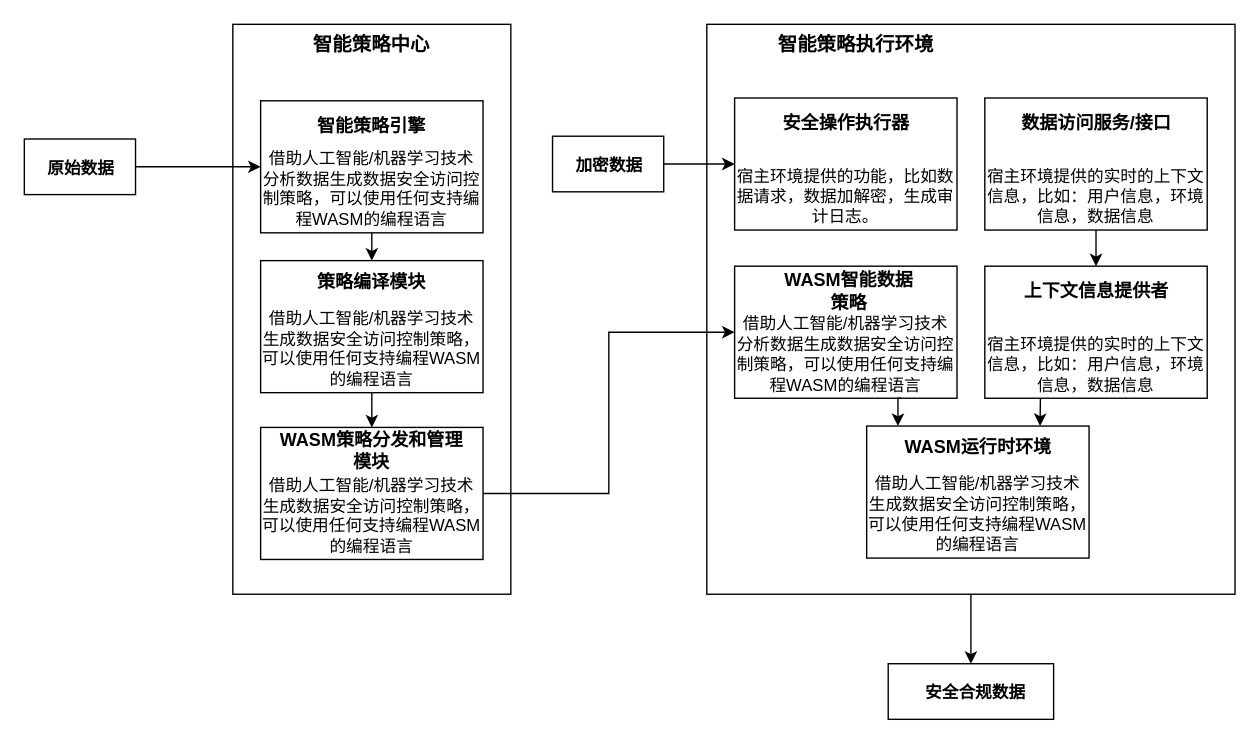
This is page "arch" (1 of 2) of dhp/smart.data.policy.based.on.wasm.drawio from wenhulove333/opendhp, a draw.io file, before an edit. Source tidied: cells renumbered, new cells numbered last; positions are measured from the earlier drawing's top-left corner, leaving out a move shared by most shapes. Both pictures are drawn from the tidied source at 139%, with x=0, y=0 at pixel (24, 24).
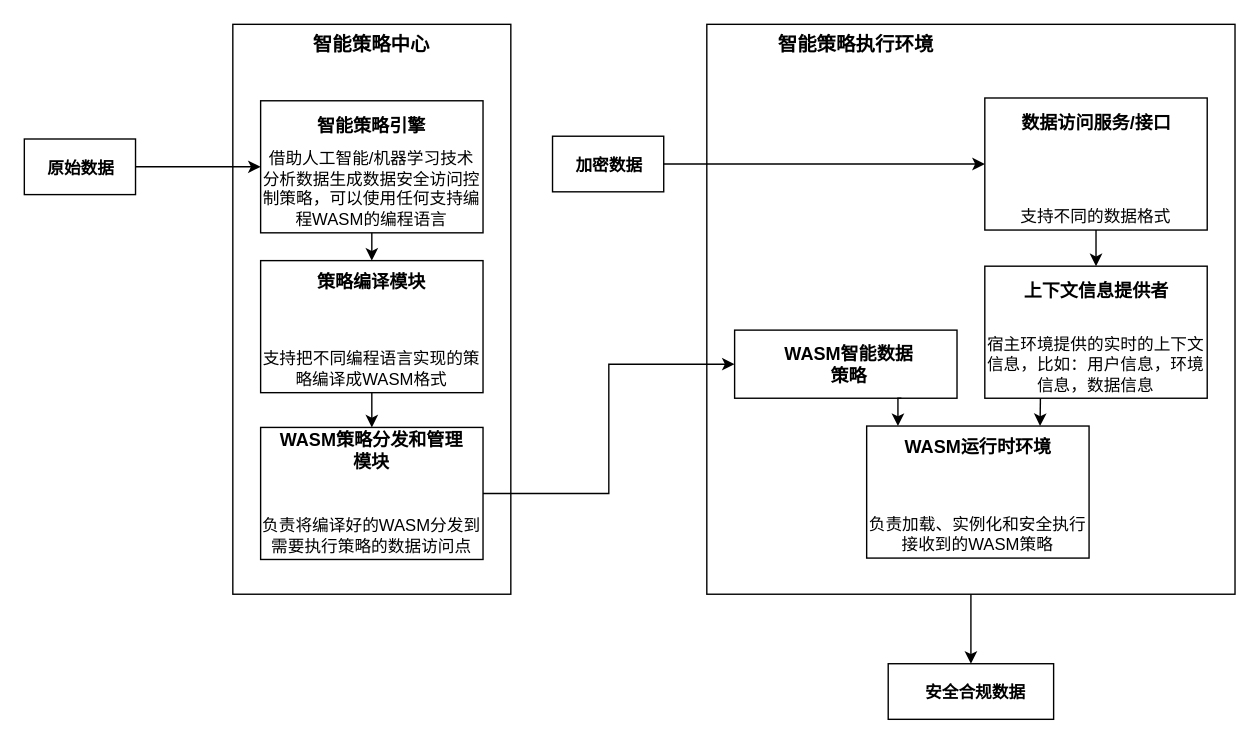
The same diagram, later.

Unchanged cells that the change refers to:
```xml
<mxCell id="31" style="rounded=0;whiteSpace=wrap;html=1;strokeWidth=1;fillColor=none;align=center;" parent="30" vertex="1">
  <mxGeometry width="80" height="40" as="geometry" />
</mxCell>
```

What changed in the source:
```diff
@@
-    <mxCell id="8" value="借助人工智能/机器学习技术生成数据安全访问控制策略，可以使用任何支持编程WASM的编程语言" style="rounded=0;whiteSpace=wrap;html=1;fillColor=none;verticalAlign=bottom;" parent="1" vertex="1">
+    <mxCell id="8" value="支持把不同编程语言实现的策略编译成WASM格式" style="rounded=0;whiteSpace=wrap;html=1;fillColor=none;verticalAlign=bottom;" parent="1" vertex="1">
       <mxGeometry x="170" y="170" width="160" height="95" as="geometry" />
     </mxCell>
@@
-    <mxCell id="15" value="借助人工智能/机器学习技术生成数据安全访问控制策略，可以使用任何支持编程WASM的编程语言" style="rounded=0;whiteSpace=wrap;html=1;fillColor=none;verticalAlign=bottom;" parent="1" vertex="1">
+    <mxCell id="15" value="负责将编译好的WASM分发到需要执行策略的数据访问点" style="rounded=0;whiteSpace=wrap;html=1;fillColor=none;verticalAlign=bottom;" parent="1" vertex="1">
       <mxGeometry x="170" y="290" width="160" height="95" as="geometry" />
     </mxCell>
@@
-    <mxCell id="21" value="借助人工智能/机器学习技术分析数据生成数据安全访问控制策略，可以使用任何支持编程WASM的编程语言" style="rounded=0;whiteSpace=wrap;html=1;fillColor=none;verticalAlign=bottom;" parent="1" vertex="1">
-      <mxGeometry x="511" y="174" width="160" height="95" as="geometry" />
+    <mxCell id="21" style="rounded=0;whiteSpace=wrap;html=1;fillColor=none;verticalAlign=bottom;" parent="1" vertex="1">
+      <mxGeometry x="511" y="220" width="160" height="49" as="geometry" />
     </mxCell>
     <mxCell id="22" value="&lt;font style=&quot;font-size: 13px;&quot;&gt;&lt;b style=&quot;&quot;&gt;WASM智能数据策略&lt;/b&gt;&lt;/font&gt;" style="text;html=1;align=center;verticalAlign=middle;whiteSpace=wrap;rounded=0;" parent="1" vertex="1">
-      <mxGeometry x="546" y="177" width="95" height="30" as="geometry" />
+      <mxGeometry x="546" y="230" width="95" height="30" as="geometry" />
     </mxCell>
-    <mxCell id="23" value="借助人工智能/机器学习技术生成数据安全访问控制策略，可以使用任何支持编程WASM的编程语言" style="rounded=0;whiteSpace=wrap;html=1;fillColor=none;verticalAlign=bottom;" parent="1" vertex="1">
+    <mxCell id="23" value="负责加载、实例化和安全执行接收到的WASM策略" style="rounded=0;whiteSpace=wrap;html=1;fillColor=none;verticalAlign=bottom;" parent="1" vertex="1">
       <mxGeometry x="606" y="289" width="160" height="95" as="geometry" />
     </mxCell>
@@
-    <mxCell id="34" value="宿主环境提供的实时的上下文信息，比如：用户信息，环境信息，数据信息" style="rounded=0;whiteSpace=wrap;html=1;fillColor=none;verticalAlign=bottom;" parent="1" vertex="1">
+    <mxCell id="34" value="支持不同的数据格式" style="rounded=0;whiteSpace=wrap;html=1;fillColor=none;verticalAlign=bottom;" parent="1" vertex="1">
       <mxGeometry x="691" y="53" width="160" height="95" as="geometry" />
     </mxCell>
@@
-    <mxCell id="36" value="宿主环境提供的功能，比如数据请求，数据加解密，生成审计日志。" style="rounded=0;whiteSpace=wrap;html=1;fillColor=none;verticalAlign=bottom;" parent="1" vertex="1">
-      <mxGeometry x="511" y="53" width="160" height="95" as="geometry" />
-    </mxCell>
-    <mxCell id="37" value="&lt;font style=&quot;font-size: 13px;&quot;&gt;&lt;b style=&quot;&quot;&gt;安全操作执行器&lt;/b&gt;&lt;/font&gt;" style="text;html=1;align=center;verticalAlign=middle;whiteSpace=wrap;rounded=0;" parent="1" vertex="1">
-      <mxGeometry x="533.5" y="56" width="115" height="30" as="geometry" />
-    </mxCell>
-    <mxCell id="38" style="edgeStyle=orthogonalEdgeStyle;rounded=0;jettySize=auto;html=1;exitX=1;exitY=0.5;exitDx=0;exitDy=0;" parent="1" edge="1" source="31" target="36">
+    <mxCell id="38" style="edgeStyle=orthogonalEdgeStyle;rounded=0;jettySize=auto;html=1;exitX=1;exitY=0.5;exitDx=0;exitDy=0;entryX=0;entryY=0.5;entryDx=0;entryDy=0;" parent="1" edge="1" source="31" target="34">
       <mxGeometry relative="1" as="geometry" />
     </mxCell>
```
